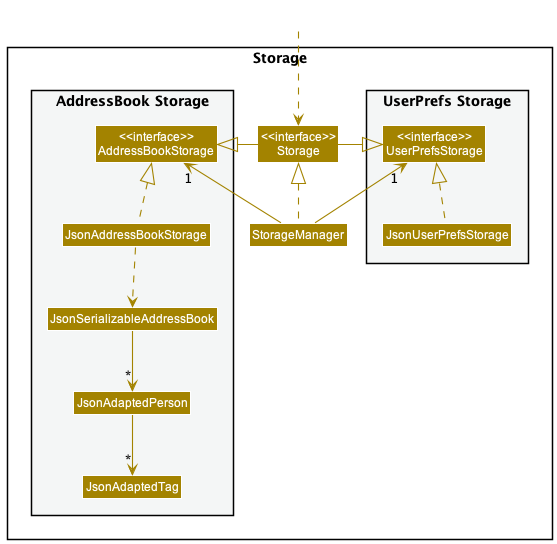
nus-cs2103-AY2223S2/tp keeps this PlantUML diagram as docs/images/StorageClassDiagram.png. Above is the earlier version.
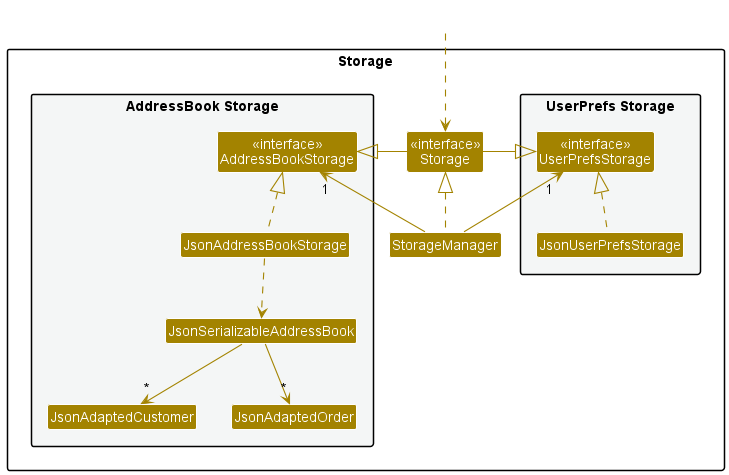
The same file after the commit.

Commit message:
chore: Update Storage diagram in DG

The edit, as a diff of the source:
```diff
@@ -11,33 +11,33 @@
 Class JsonUserPrefsStorage
 }
 
-Class "<<interface>>\nStorage" as Storage
+Class "<<interface>>\nStorage" as iStorage
 Class StorageManager
 
 package "AddressBook Storage" #F4F6F6{
 Class "<<interface>>\nAddressBookStorage" as AddressBookStorage
 Class JsonAddressBookStorage
 Class JsonSerializableAddressBook
-Class JsonAdaptedPerson
-Class JsonAdaptedTag
+Class JsonAdaptedCustomer
+Class JsonAdaptedOrder
 }
 
 }
 
 Class HiddenOutside #FFFFFF
-HiddenOutside ..> Storage
+HiddenOutside ..> iStorage
 
-StorageManager .up.|> Storage
+StorageManager .up.|> iStorage
 StorageManager -up-> "1" UserPrefsStorage
 StorageManager -up-> "1" AddressBookStorage
 
-Storage -left-|> UserPrefsStorage
-Storage -right-|> AddressBookStorage
+iStorage -left-|> UserPrefsStorage
+iStorage -right-|> AddressBookStorage
 
 JsonUserPrefsStorage .up.|> UserPrefsStorage
 JsonAddressBookStorage .up.|> AddressBookStorage
 JsonAddressBookStorage ..> JsonSerializableAddressBook
-JsonSerializableAddressBook --> "*" JsonAdaptedPerson
-JsonAdaptedPerson --> "*" JsonAdaptedTag
+JsonSerializableAddressBook --> "*" JsonAdaptedCustomer
+JsonSerializableAddressBook --> "*" JsonAdaptedOrder
 
 @enduml
```
